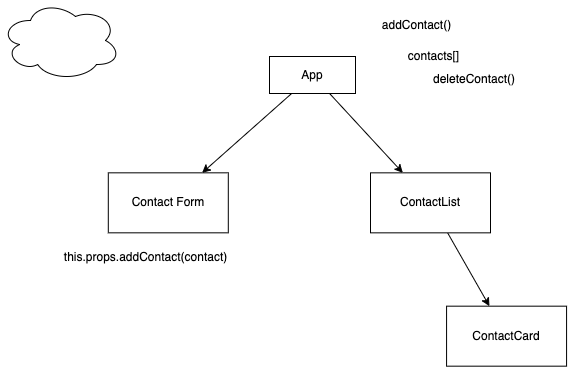
The draw.io diagram images/day12.drawio.png in adithnaveen/2022-sapient-react-node-graphql, before a commit. Source tidied: cells renumbered, new cells last; positions are measured from the earlier drawing's top-left corner, leaving out a move shared by most shapes. Source of this version:
```xml
<mxGraphModel>
  <root>
    <mxCell id="0" />
    <mxCell id="1" parent="0" />
    <mxCell id="2" style="edgeStyle=none;html=1;" parent="1" edge="1" source="4" target="5">
      <mxGeometry relative="1" as="geometry" />
    </mxCell>
    <mxCell id="3" style="edgeStyle=none;html=1;" parent="1" edge="1" source="4" target="7">
      <mxGeometry relative="1" as="geometry" />
    </mxCell>
    <mxCell id="4" value="App" style="rounded=0;whiteSpace=wrap;html=1;" parent="1" vertex="1">
      <mxGeometry x="269" y="56" width="86" height="37" as="geometry" />
    </mxCell>
    <mxCell id="5" value="Contact Form" style="rounded=0;whiteSpace=wrap;html=1;" parent="1" vertex="1">
      <mxGeometry x="107.8" y="172.3" width="120" height="60" as="geometry" />
    </mxCell>
    <mxCell id="6" style="edgeStyle=none;html=1;" parent="1" edge="1" source="7" target="8">
      <mxGeometry relative="1" as="geometry" />
    </mxCell>
    <mxCell id="7" value="ContactList" style="rounded=0;whiteSpace=wrap;html=1;" parent="1" vertex="1">
      <mxGeometry x="370" y="172.3" width="120" height="60" as="geometry" />
    </mxCell>
    <mxCell id="8" value="ContactCard" style="rounded=0;whiteSpace=wrap;html=1;" parent="1" vertex="1">
      <mxGeometry x="446.1" y="305.7" width="120" height="60" as="geometry" />
    </mxCell>
    <mxCell id="9" value="addContact()" style="text;html=1;align=center;verticalAlign=middle;strokeColor=none;fillColor=none;" parent="1" vertex="1">
      <mxGeometry x="376" y="16" width="80" height="18" as="geometry" />
    </mxCell>
    <mxCell id="10" value="contacts[]" style="text;html=1;align=center;verticalAlign=middle;strokeColor=none;fillColor=none;" parent="1" vertex="1">
      <mxGeometry x="402" y="47" width="62" height="18" as="geometry" />
    </mxCell>
    <mxCell id="11" value="deleteContact()" style="text;html=1;strokeColor=none;fillColor=none;align=center;verticalAlign=middle;whiteSpace=wrap;rounded=0;" parent="1" vertex="1">
      <mxGeometry x="422" y="65" width="104" height="28" as="geometry" />
    </mxCell>
    <mxCell id="12" style="ellipse;shape=cloud;whiteSpace=wrap;html=1;" parent="1" vertex="1">
      <mxGeometry width="120" height="80" as="geometry" />
    </mxCell>
    <mxCell id="13" value="this.props.addContact(contact)" style="text;html=1;align=center;verticalAlign=middle;strokeColor=none;fillColor=none;" parent="1" vertex="1">
      <mxGeometry x="58" y="248" width="174" height="18" as="geometry" />
    </mxCell>
  </root>
</mxGraphModel>
```
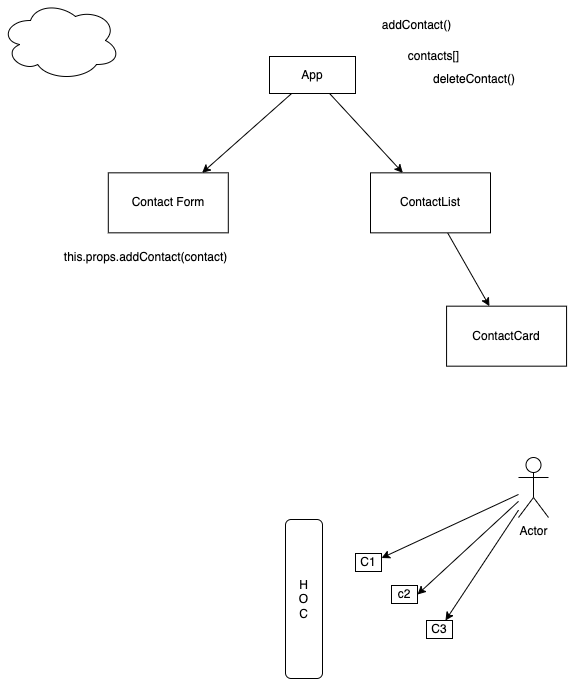
The same file after the commit.

Diff of the diagram source:
```diff
@@ -38,5 +38,29 @@
     <mxCell id="13" value="this.props.addContact(contact)" style="text;html=1;align=center;verticalAlign=middle;strokeColor=none;fillColor=none;" parent="1" vertex="1">
       <mxGeometry x="58" y="248" width="174" height="18" as="geometry" />
     </mxCell>
+    <mxCell id="14" value="C1" style="rounded=0;whiteSpace=wrap;html=1;" parent="1" vertex="1">
+      <mxGeometry x="355" y="553" width="26" height="18" as="geometry" />
+    </mxCell>
+    <mxCell id="15" value="c2" style="rounded=0;whiteSpace=wrap;html=1;" parent="1" vertex="1">
+      <mxGeometry x="391" y="585" width="26" height="18" as="geometry" />
+    </mxCell>
+    <mxCell id="16" value="C3" style="rounded=0;whiteSpace=wrap;html=1;" parent="1" vertex="1">
+      <mxGeometry x="426" y="620" width="26" height="18" as="geometry" />
+    </mxCell>
+    <mxCell id="17" value="H&lt;br&gt;O&lt;br&gt;C" style="rounded=1;whiteSpace=wrap;html=1;" parent="1" vertex="1">
+      <mxGeometry x="285" y="519" width="37" height="159" as="geometry" />
+    </mxCell>
+    <mxCell id="18" style="edgeStyle=none;html=1;entryX=1;entryY=0.25;entryDx=0;entryDy=0;" parent="1" edge="1" source="21" target="14">
+      <mxGeometry relative="1" as="geometry" />
+    </mxCell>
+    <mxCell id="19" style="edgeStyle=none;html=1;entryX=1;entryY=0.5;entryDx=0;entryDy=0;" parent="1" edge="1" source="21" target="15">
+      <mxGeometry relative="1" as="geometry" />
+    </mxCell>
+    <mxCell id="20" style="edgeStyle=none;html=1;" parent="1" edge="1" source="21" target="16">
+      <mxGeometry relative="1" as="geometry" />
+    </mxCell>
+    <mxCell id="21" value="Actor" style="shape=umlActor;verticalLabelPosition=bottom;verticalAlign=top;html=1;outlineConnect=0;" parent="1" vertex="1">
+      <mxGeometry x="518" y="457" width="30" height="60" as="geometry" />
+    </mxCell>
   </root>
 </mxGraphModel>
```
